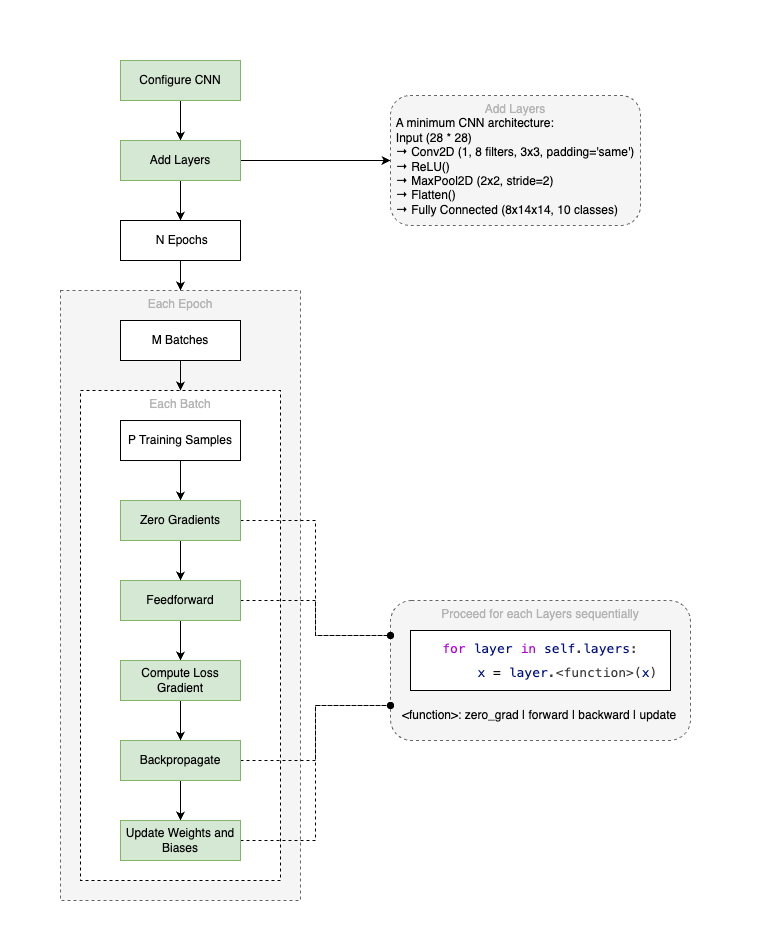
Before: assets/images/CNN code structure.png, a diagram exported from draw.io (Wayne82/wayne82.github.io). Source tidied: cells renumbered, new cells last; positions are measured from the earlier drawing's top-left corner, leaving out a move shared by most shapes. The source it was exported from:
```xml
<mxGraphModel>
  <root>
    <mxCell id="0" />
    <mxCell id="1" parent="0" />
    <mxCell id="2" style="rounded=0;whiteSpace=wrap;html=1;strokeColor=none;" parent="1" vertex="1">
      <mxGeometry width="760" height="950" as="geometry" />
    </mxCell>
    <mxCell id="3" value="&lt;font style=&quot;color: rgb(179, 179, 179);&quot;&gt;Proceed for each Layers sequentially&lt;/font&gt;" style="rounded=1;whiteSpace=wrap;html=1;verticalAlign=top;fillColor=#f5f5f5;fontColor=#333333;strokeColor=#666666;dashed=1;" parent="1" vertex="1">
      <mxGeometry x="390" y="600" width="300" height="140" as="geometry" />
    </mxCell>
    <mxCell id="4" value="&lt;font style=&quot;color: rgb(179, 179, 179);&quot;&gt;Each Epoch&lt;/font&gt;" style="rounded=0;whiteSpace=wrap;html=1;dashed=1;verticalAlign=top;fillColor=#f5f5f5;fontColor=#333333;strokeColor=#666666;" parent="1" vertex="1">
      <mxGeometry x="60" y="290" width="240" height="610" as="geometry" />
    </mxCell>
    <mxCell id="5" value="&lt;font style=&quot;color: rgb(179, 179, 179);&quot;&gt;Each Batch&lt;/font&gt;" style="rounded=0;whiteSpace=wrap;html=1;dashed=1;verticalAlign=top;" parent="1" vertex="1">
      <mxGeometry x="80" y="390" width="200" height="490" as="geometry" />
    </mxCell>
    <mxCell id="6" style="edgeStyle=orthogonalEdgeStyle;rounded=0;jettySize=auto;html=1;entryX=0.5;entryY=0;entryDx=0;entryDy=0;" parent="1" edge="1" source="7" target="4">
      <mxGeometry relative="1" as="geometry" />
    </mxCell>
    <mxCell id="7" value="&amp;nbsp;N Epochs" style="rounded=0;whiteSpace=wrap;html=1;spacing=2;strokeWidth=1;" parent="1" vertex="1">
      <mxGeometry x="120" y="220" width="120" height="40" as="geometry" />
    </mxCell>
    <mxCell id="8" style="edgeStyle=orthogonalEdgeStyle;rounded=0;jettySize=auto;html=1;entryX=0.5;entryY=0;entryDx=0;entryDy=0;" parent="1" edge="1" source="9" target="5">
      <mxGeometry relative="1" as="geometry" />
    </mxCell>
    <mxCell id="9" value="M Batches" style="rounded=0;whiteSpace=wrap;html=1;" parent="1" vertex="1">
      <mxGeometry x="120" y="320" width="120" height="40" as="geometry" />
    </mxCell>
    <mxCell id="10" style="edgeStyle=orthogonalEdgeStyle;rounded=0;jettySize=auto;html=1;" parent="1" edge="1" source="11" target="27">
      <mxGeometry relative="1" as="geometry" />
    </mxCell>
    <mxCell id="11" value="P Training Samples" style="rounded=0;whiteSpace=wrap;html=1;" parent="1" vertex="1">
      <mxGeometry x="120" y="420" width="120" height="40" as="geometry" />
    </mxCell>
    <mxCell id="12" style="edgeStyle=orthogonalEdgeStyle;rounded=0;jettySize=auto;html=1;" parent="1" edge="1" source="14" target="21">
      <mxGeometry relative="1" as="geometry" />
    </mxCell>
    <mxCell id="13" style="edgeStyle=orthogonalEdgeStyle;rounded=0;jettySize=auto;html=1;entryX=0;entryY=0.25;entryDx=0;entryDy=0;endArrow=oval;endFill=1;dashed=1;" parent="1" edge="1" source="14" target="3">
      <mxGeometry relative="1" as="geometry" />
    </mxCell>
    <mxCell id="14" value="Feedforward" style="rounded=0;whiteSpace=wrap;html=1;fillColor=#d5e8d4;strokeColor=#82b366;" parent="1" vertex="1">
      <mxGeometry x="120" y="580" width="120" height="40" as="geometry" />
    </mxCell>
    <mxCell id="15" style="edgeStyle=orthogonalEdgeStyle;rounded=0;jettySize=auto;html=1;" parent="1" edge="1" source="17" target="29">
      <mxGeometry relative="1" as="geometry" />
    </mxCell>
    <mxCell id="16" style="edgeStyle=orthogonalEdgeStyle;rounded=0;jettySize=auto;html=1;entryX=0;entryY=0.75;entryDx=0;entryDy=0;endArrow=oval;endFill=1;dashed=1;" parent="1" edge="1" source="17" target="3">
      <mxGeometry relative="1" as="geometry" />
    </mxCell>
    <mxCell id="17" value="Backpropagate" style="rounded=0;whiteSpace=wrap;html=1;fillColor=#d5e8d4;strokeColor=#82b366;" parent="1" vertex="1">
      <mxGeometry x="120" y="740" width="120" height="40" as="geometry" />
    </mxCell>
    <mxCell id="18" style="edgeStyle=orthogonalEdgeStyle;rounded=0;jettySize=auto;html=1;entryX=0.5;entryY=0;entryDx=0;entryDy=0;" parent="1" edge="1" source="19" target="24">
      <mxGeometry relative="1" as="geometry" />
    </mxCell>
    <mxCell id="19" value="Configure CNN" style="rounded=0;whiteSpace=wrap;html=1;fillColor=#d5e8d4;strokeColor=#82b366;" parent="1" vertex="1">
      <mxGeometry x="120" y="60" width="120" height="40" as="geometry" />
    </mxCell>
    <mxCell id="20" style="edgeStyle=orthogonalEdgeStyle;rounded=0;jettySize=auto;html=1;" parent="1" edge="1" source="21" target="17">
      <mxGeometry relative="1" as="geometry" />
    </mxCell>
    <mxCell id="21" value="Compute Loss Gradient" style="rounded=0;whiteSpace=wrap;html=1;fillColor=#d5e8d4;strokeColor=#82b366;" parent="1" vertex="1">
      <mxGeometry x="120" y="660" width="120" height="40" as="geometry" />
    </mxCell>
    <mxCell id="22" style="edgeStyle=orthogonalEdgeStyle;rounded=0;jettySize=auto;html=1;entryX=0.5;entryY=0;entryDx=0;entryDy=0;" parent="1" edge="1" source="24" target="7">
      <mxGeometry relative="1" as="geometry" />
    </mxCell>
    <mxCell id="23" style="edgeStyle=orthogonalEdgeStyle;rounded=0;jettySize=auto;html=1;entryX=0;entryY=0.5;entryDx=0;entryDy=0;" parent="1" edge="1" source="24" target="32">
      <mxGeometry relative="1" as="geometry" />
    </mxCell>
    <mxCell id="24" value="Add Layers" style="rounded=0;whiteSpace=wrap;html=1;spacing=2;strokeWidth=1;fillColor=#d5e8d4;strokeColor=#82b366;" parent="1" vertex="1">
      <mxGeometry x="120" y="140" width="120" height="40" as="geometry" />
    </mxCell>
    <mxCell id="25" style="edgeStyle=orthogonalEdgeStyle;rounded=0;jettySize=auto;html=1;" parent="1" edge="1" source="27" target="14">
      <mxGeometry relative="1" as="geometry" />
    </mxCell>
    <mxCell id="26" style="edgeStyle=orthogonalEdgeStyle;rounded=0;jettySize=auto;html=1;entryX=0;entryY=0.25;entryDx=0;entryDy=0;endArrow=oval;endFill=1;dashed=1;" parent="1" edge="1" source="27" target="3">
      <mxGeometry relative="1" as="geometry" />
    </mxCell>
    <mxCell id="27" value="Zero Gradients" style="rounded=0;whiteSpace=wrap;html=1;fillColor=#d5e8d4;strokeColor=#82b366;" parent="1" vertex="1">
      <mxGeometry x="120" y="500" width="120" height="40" as="geometry" />
    </mxCell>
    <mxCell id="28" style="edgeStyle=orthogonalEdgeStyle;rounded=0;jettySize=auto;html=1;entryX=0;entryY=0.75;entryDx=0;entryDy=0;endArrow=oval;endFill=1;dashed=1;" parent="1" edge="1" source="29" target="3">
      <mxGeometry relative="1" as="geometry" />
    </mxCell>
    <mxCell id="29" value="Update Weights and Biases" style="rounded=0;whiteSpace=wrap;html=1;fillColor=#d5e8d4;strokeColor=#82b366;" parent="1" vertex="1">
      <mxGeometry x="120" y="820" width="120" height="40" as="geometry" />
    </mxCell>
    <mxCell id="30" value="&lt;div style=&quot;color: rgb(59, 59, 59); background-color: rgb(255, 255, 255); font-family: Menlo, Monaco, &amp;quot;Courier New&amp;quot;, monospace; line-height: 24px; white-space: pre;&quot;&gt;&lt;div style=&quot;&quot;&gt;&lt;font style=&quot;font-size: 13px;&quot;&gt;&lt;span style=&quot;color: rgb(175, 0, 219);&quot;&gt;for&lt;/span&gt; &lt;span style=&quot;color: rgb(0, 16, 128);&quot;&gt;layer&lt;/span&gt; &lt;span style=&quot;color: rgb(175, 0, 219);&quot;&gt;in&lt;/span&gt; &lt;span style=&quot;color: rgb(0, 16, 128);&quot;&gt;self&lt;/span&gt;.&lt;span style=&quot;color: rgb(0, 16, 128);&quot;&gt;layers&lt;/span&gt;:&lt;/font&gt;&lt;/div&gt;&lt;div style=&quot;&quot;&gt;&lt;font style=&quot;font-size: 13px;&quot;&gt;       &lt;span style=&quot;color: rgb(0, 16, 128);&quot;&gt;x&lt;/span&gt; &lt;span style=&quot;color: rgb(0, 0, 0);&quot;&gt;=&lt;/span&gt; &lt;span style=&quot;color: rgb(0, 16, 128);&quot;&gt;layer&lt;/span&gt;.&amp;lt;function&amp;gt;(&lt;span style=&quot;color: rgb(0, 16, 128);&quot;&gt;x&lt;/span&gt;)&lt;/font&gt;&lt;/div&gt;&lt;/div&gt;" style="rounded=0;whiteSpace=wrap;html=1;" parent="1" vertex="1">
      <mxGeometry x="410" y="630" width="260" height="60" as="geometry" />
    </mxCell>
    <mxCell id="31" value="&amp;lt;function&amp;gt;: zero_grad | forward | backward | update" style="text;html=1;align=left;verticalAlign=middle;whiteSpace=wrap;rounded=0;" parent="1" vertex="1">
      <mxGeometry x="400" y="700" width="290" height="30" as="geometry" />
    </mxCell>
    <mxCell id="32" value="&lt;font color=&quot;#b3b3b3&quot;&gt;Add Layers&lt;/font&gt;&lt;div&gt;&lt;font style=&quot;color: rgb(0, 0, 0);&quot;&gt;&lt;div style=&quot;text-align: left;&quot;&gt;A minimum CNN architecture:&lt;/div&gt;&lt;div style=&quot;text-align: left;&quot;&gt;Input (28 * 28)&lt;/div&gt;&lt;div style=&quot;text-align: left;&quot;&gt;→ Conv2D (1, 8 filters, 3x3, padding='same')&lt;/div&gt;&lt;div style=&quot;text-align: left;&quot;&gt;→ ReLU()&lt;/div&gt;&lt;div style=&quot;text-align: left;&quot;&gt;→ MaxPool2D (2x2, stride=2)&lt;/div&gt;&lt;div style=&quot;text-align: left;&quot;&gt;→ Flatten()&lt;/div&gt;&lt;div style=&quot;text-align: left;&quot;&gt;→ Fully Connected (8x14x14, 10 classes)&lt;/div&gt;&lt;/font&gt;&lt;/div&gt;" style="rounded=1;whiteSpace=wrap;html=1;verticalAlign=top;fillColor=#f5f5f5;fontColor=#333333;strokeColor=#666666;dashed=1;" parent="1" vertex="1">
      <mxGeometry x="390" y="95" width="250" height="130" as="geometry" />
    </mxCell>
  </root>
</mxGraphModel>
```
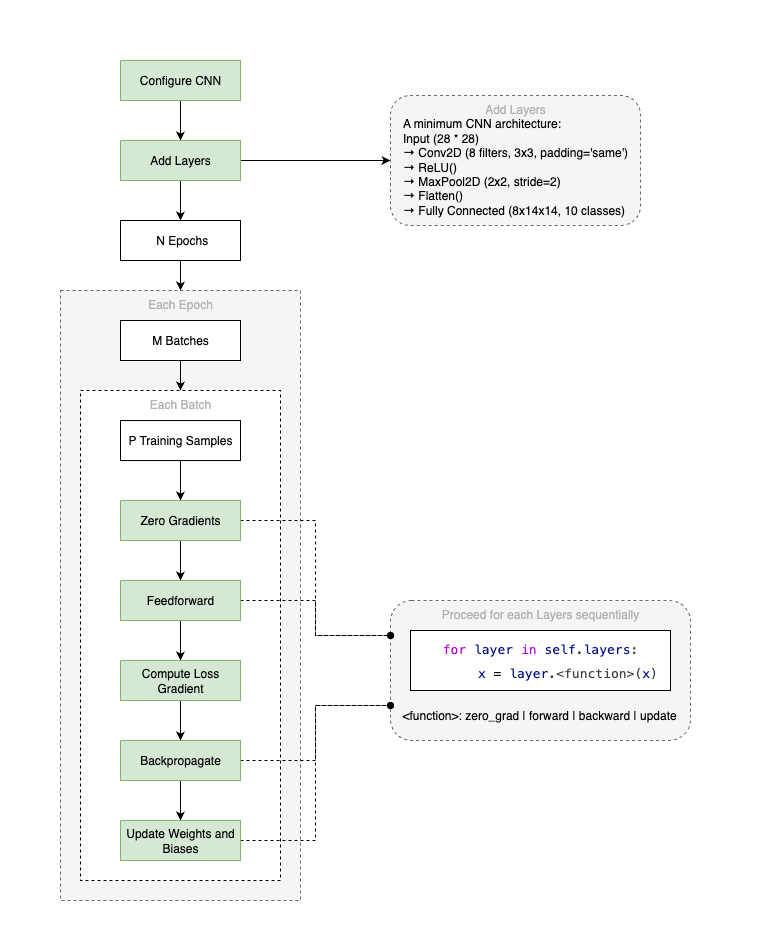
Above is the later version.

Commit message:
add the last section and update the diagram.

What changed in the source:
```diff
@@ -92,7 +92,7 @@
     <mxCell id="31" value="&amp;lt;function&amp;gt;: zero_grad | forward | backward | update" style="text;html=1;align=left;verticalAlign=middle;whiteSpace=wrap;rounded=0;" parent="1" vertex="1">
       <mxGeometry x="400" y="700" width="290" height="30" as="geometry" />
     </mxCell>
-    <mxCell id="32" value="&lt;font color=&quot;#b3b3b3&quot;&gt;Add Layers&lt;/font&gt;&lt;div&gt;&lt;font style=&quot;color: rgb(0, 0, 0);&quot;&gt;&lt;div style=&quot;text-align: left;&quot;&gt;A minimum CNN architecture:&lt;/div&gt;&lt;div style=&quot;text-align: left;&quot;&gt;Input (28 * 28)&lt;/div&gt;&lt;div style=&quot;text-align: left;&quot;&gt;→ Conv2D (1, 8 filters, 3x3, padding='same')&lt;/div&gt;&lt;div style=&quot;text-align: left;&quot;&gt;→ ReLU()&lt;/div&gt;&lt;div style=&quot;text-align: left;&quot;&gt;→ MaxPool2D (2x2, stride=2)&lt;/div&gt;&lt;div style=&quot;text-align: left;&quot;&gt;→ Flatten()&lt;/div&gt;&lt;div style=&quot;text-align: left;&quot;&gt;→ Fully Connected (8x14x14, 10 classes)&lt;/div&gt;&lt;/font&gt;&lt;/div&gt;" style="rounded=1;whiteSpace=wrap;html=1;verticalAlign=top;fillColor=#f5f5f5;fontColor=#333333;strokeColor=#666666;dashed=1;" parent="1" vertex="1">
+    <mxCell id="32" value="&lt;font color=&quot;#b3b3b3&quot;&gt;Add Layers&lt;/font&gt;&lt;div&gt;&lt;font style=&quot;color: rgb(0, 0, 0);&quot;&gt;&lt;div style=&quot;text-align: left;&quot;&gt;A minimum CNN architecture:&lt;/div&gt;&lt;div style=&quot;text-align: left;&quot;&gt;Input (28 * 28)&lt;/div&gt;&lt;div style=&quot;text-align: left;&quot;&gt;→ Conv2D (8 filters, 3x3, padding='same')&lt;/div&gt;&lt;div style=&quot;text-align: left;&quot;&gt;→ ReLU()&lt;/div&gt;&lt;div style=&quot;text-align: left;&quot;&gt;→ MaxPool2D (2x2, stride=2)&lt;/div&gt;&lt;div style=&quot;text-align: left;&quot;&gt;→ Flatten()&lt;/div&gt;&lt;div style=&quot;text-align: left;&quot;&gt;→ Fully Connected (8x14x14, 10 classes)&lt;/div&gt;&lt;/font&gt;&lt;/div&gt;" style="rounded=1;whiteSpace=wrap;html=1;verticalAlign=top;fillColor=#f5f5f5;fontColor=#333333;strokeColor=#666666;dashed=1;" parent="1" vertex="1">
       <mxGeometry x="390" y="95" width="250" height="130" as="geometry" />
     </mxCell>
   </root>
```
